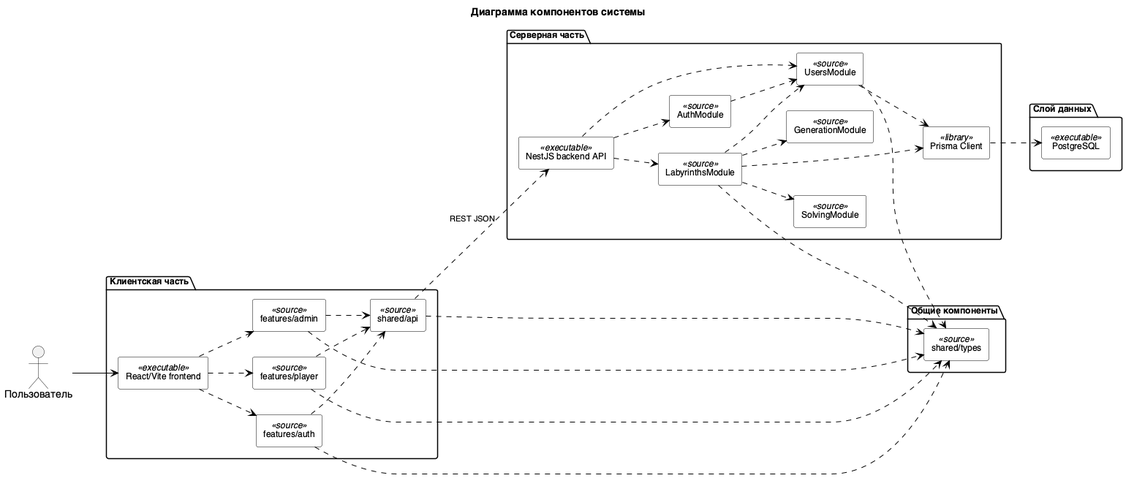
Above: diagrams/components/component-diagram.png in ozcnii/software-engineering (PlantUML), before the change.
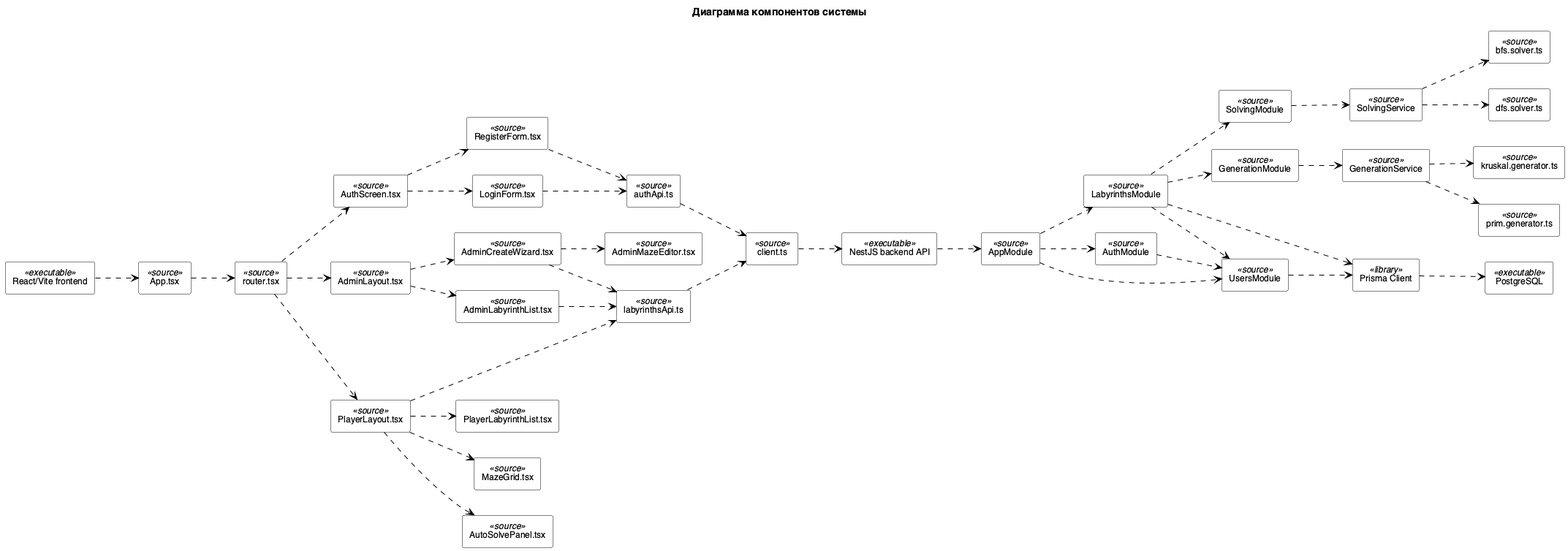
Above is the later version.

The edit, as a diff of the source:
```diff
@@ -9,70 +9,82 @@
   BorderColor #000000
   FontSize 12
 }
-skinparam package {
-  BackgroundColor #FFFFFF
-  BorderColor #000000
-  FontSize 12
-}
 skinparam ArrowColor #000000
 skinparam ArrowFontSize 11
 
 left to right direction
 
-actor "Пользователь" as User
+component "React/Vite frontend" <<executable>> as Frontend
+component "App.tsx" <<source>> as App
+component "router.tsx" <<source>> as Router
+component "AuthScreen.tsx" <<source>> as AuthScreen
+component "LoginForm.tsx" <<source>> as LoginForm
+component "RegisterForm.tsx" <<source>> as RegisterForm
+component "AdminLayout.tsx" <<source>> as AdminLayout
+component "AdminLabyrinthList.tsx" <<source>> as AdminList
+component "AdminCreateWizard.tsx" <<source>> as AdminCreate
+component "AdminMazeEditor.tsx" <<source>> as AdminEditor
+component "PlayerLayout.tsx" <<source>> as PlayerLayout
+component "PlayerLabyrinthList.tsx" <<source>> as PlayerList
+component "MazeGrid.tsx" <<source>> as MazeGrid
+component "AutoSolvePanel.tsx" <<source>> as AutoSolvePanel
+component "client.ts" <<source>> as ClientApi
+component "authApi.ts" <<source>> as AuthApi
+component "labyrinthsApi.ts" <<source>> as LabyrinthsApi
 
-package "Клиентская часть" {
-  component "React/Vite frontend" <<executable>> as Frontend
-  component "features/auth" <<source>> as FeatureAuth
-  component "features/admin" <<source>> as FeatureAdmin
-  component "features/player" <<source>> as FeaturePlayer
-  component "shared/api" <<source>> as FrontApi
-}
+component "NestJS backend API" <<executable>> as BackendApi
+component "AppModule" <<source>> as AppModule
+component "AuthModule" <<source>> as AuthModule
+component "UsersModule" <<source>> as UsersModule
+component "LabyrinthsModule" <<source>> as LabyrinthsModule
+component "GenerationModule" <<source>> as GenerationModule
+component "SolvingModule" <<source>> as SolvingModule
+component "GenerationService" <<source>> as GenerationService
+component "SolvingService" <<source>> as SolvingService
+component "prim.generator.ts" <<source>> as PrimGenerator
+component "kruskal.generator.ts" <<source>> as KruskalGenerator
+component "bfs.solver.ts" <<source>> as BfsSolver
+component "dfs.solver.ts" <<source>> as DfsSolver
+component "Prisma Client" <<library>> as PrismaClient
+component "PostgreSQL" <<executable>> as PostgreSQL
 
-package "Общие компоненты" {
-  component "shared/types" <<source>> as SharedTypes
-}
+Frontend ..> App
+App ..> Router
+Router ..> AuthScreen
+AuthScreen ..> LoginForm
+AuthScreen ..> RegisterForm
+Router ..> AdminLayout
+AdminLayout ..> AdminList
+AdminLayout ..> AdminCreate
+AdminCreate ..> AdminEditor
+Router ..> PlayerLayout
+PlayerLayout ..> PlayerList
+PlayerLayout ..> MazeGrid
+PlayerLayout ..> AutoSolvePanel
 
-package "Серверная часть" {
-  component "NestJS backend API" <<executable>> as BackendApi
-  component "AuthModule" <<source>> as AuthModule
-  component "UsersModule" <<source>> as UsersModule
-  component "LabyrinthsModule" <<source>> as LabyrinthsModule
-  component "GenerationModule" <<source>> as GenerationModule
-  component "SolvingModule" <<source>> as SolvingModule
-  component "Prisma Client" <<library>> as PrismaClient
-}
+LoginForm ..> AuthApi
+RegisterForm ..> AuthApi
+AdminList ..> LabyrinthsApi
+AdminCreate ..> LabyrinthsApi
+PlayerLayout ..> LabyrinthsApi
+AuthApi ..> ClientApi
+LabyrinthsApi ..> ClientApi
+ClientApi ..> BackendApi
 
-package "Слой данных" {
-  component "PostgreSQL" <<executable>> as PostgreSQL
-}
-
-User --> Frontend
-
-Frontend ..> FeatureAuth
-Frontend ..> FeatureAdmin
-Frontend ..> FeaturePlayer
-
-FeatureAuth ..> FrontApi
-FeatureAdmin ..> FrontApi
-FeaturePlayer ..> FrontApi
-FeatureAuth ..> SharedTypes
-FeatureAdmin ..> SharedTypes
-FeaturePlayer ..> SharedTypes
-FrontApi ..> SharedTypes
-FrontApi ..> BackendApi : REST JSON
-
-BackendApi ..> UsersModule
-BackendApi ..> AuthModule
-BackendApi ..> LabyrinthsModule
-
+BackendApi ..> AppModule
+AppModule ..> AuthModule
+AppModule ..> UsersModule
+AppModule ..> LabyrinthsModule
 AuthModule ..> UsersModule
-UsersModule ..> SharedTypes
 LabyrinthsModule ..> UsersModule
 LabyrinthsModule ..> GenerationModule
 LabyrinthsModule ..> SolvingModule
-LabyrinthsModule ..> SharedTypes
-
+GenerationModule ..> GenerationService
+SolvingModule ..> SolvingService
+GenerationService ..> PrimGenerator
+GenerationService ..> KruskalGenerator
+SolvingService ..> BfsSolver
+SolvingService ..> DfsSolver
 UsersModule ..> PrismaClient
 LabyrinthsModule ..> PrismaClient
 PrismaClient ..> PostgreSQL
```
